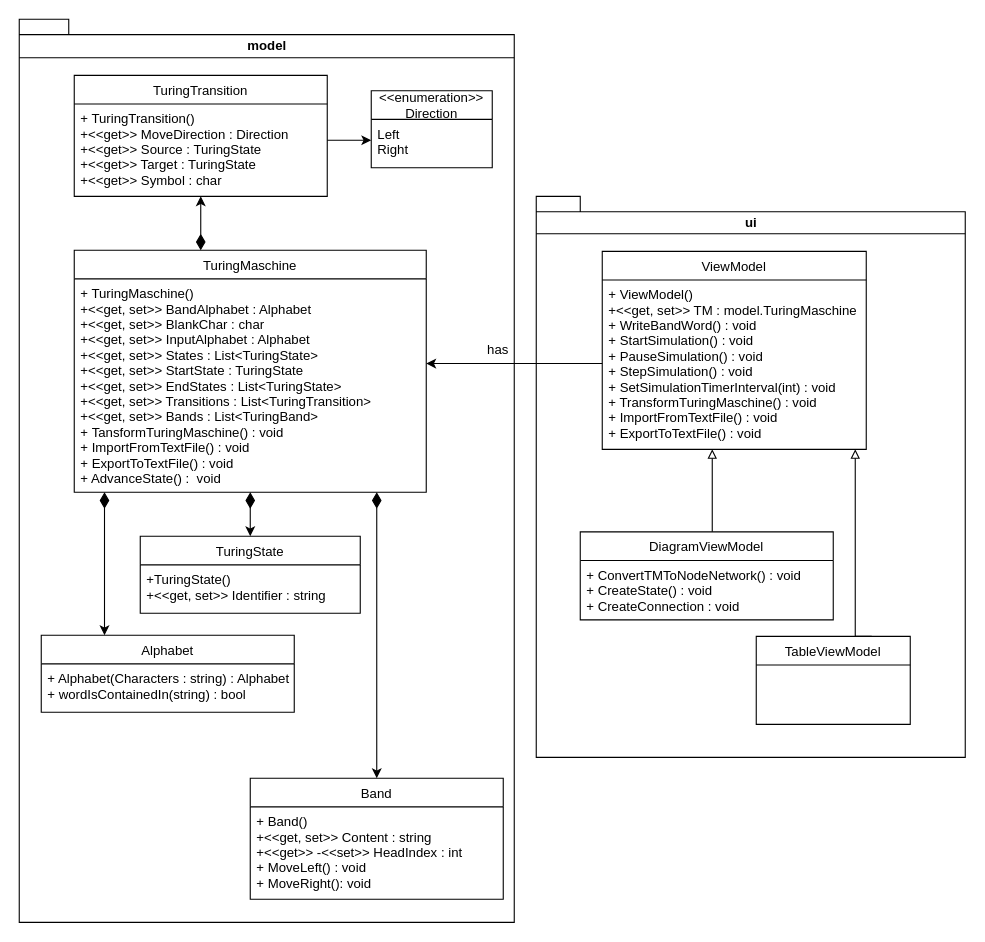
Earlier version of the draw.io diagram 02_Entwurf/Schnittstellenübersicht/Interface.drawio (CQ611/TMSim). Source tidied: cells renumbered, new cells numbered last; positions are measured from the earlier drawing's top-left corner, leaving out a move shared by most shapes. Both pictures are drawn from the tidied source at 110%, with x=0, y=0 at pixel (19, 19).
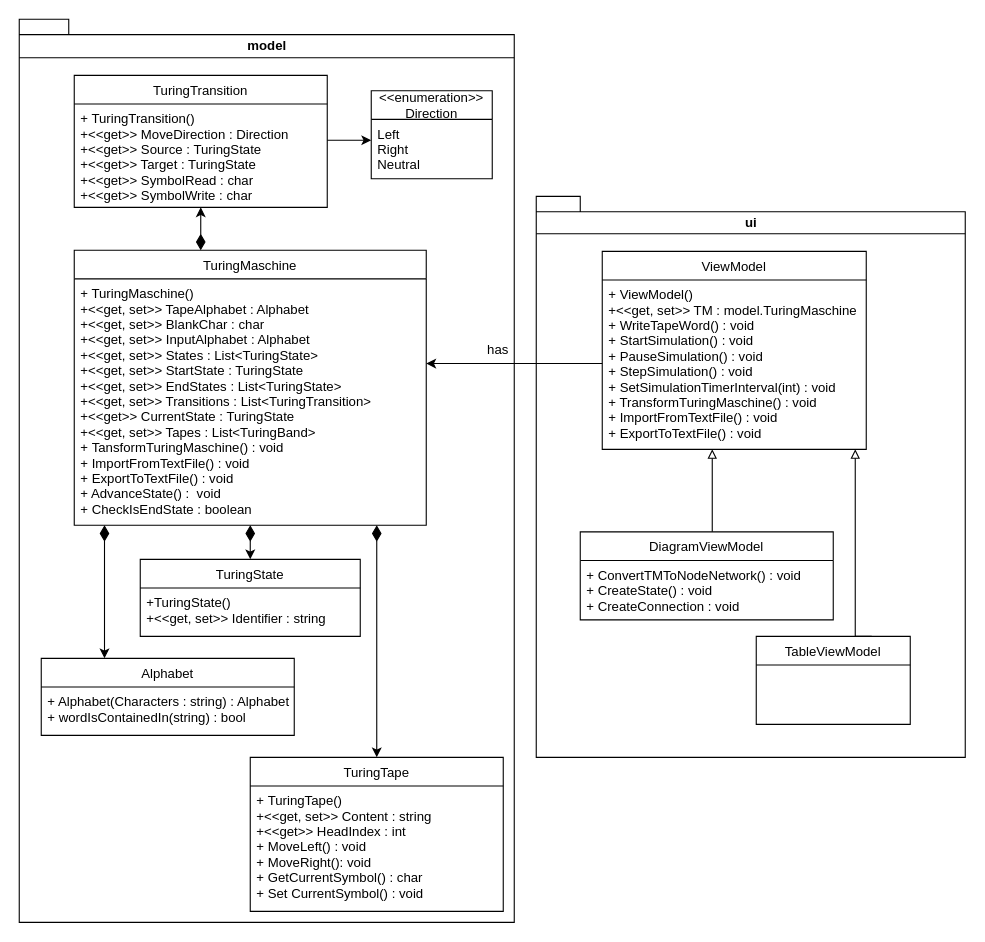
The same diagram, later.

Unchanged cells that the change refers to:
```xml
<mxCell id="4" value="ViewModel" style="swimlane;fontStyle=0;horizontal=1;startSize=26;fillColor=none;strokeColor=default;" parent="1" vertex="1">
  <mxGeometry x="530" y="211" width="240" height="180" as="geometry" />
</mxCell>
```

What changed in the source:
```diff
@@
-    <mxCell id="5" value="+ ViewModel()&#10;+&lt;&lt;get, set&gt;&gt; TM : model.TuringMaschine&#10;+ WriteBandWord() : void&#10;+ StartSimulation() : void&#10;+ PauseSimulation() : void&#10;+ StepSimulation() : void&#10;+ SetSimulationTimerInterval(int) : void&#10;+ TransformTuringMaschine() : void&#10;+ ImportFromTextFile() : void&#10;+ ExportToTextFile() : void" style="text;strokeColor=none;fillColor=none;align=left;verticalAlign=top;spacingLeft=4;spacingRight=4;overflow=hidden;points=[[0,0.5],[1,0.5]];portConstraint=eastwest;" parent="4" vertex="1">
+    <mxCell id="5" value="+ ViewModel()&#10;+&lt;&lt;get, set&gt;&gt; TM : model.TuringMaschine&#10;+ WriteTapeWord() : void&#10;+ StartSimulation() : void&#10;+ PauseSimulation() : void&#10;+ StepSimulation() : void&#10;+ SetSimulationTimerInterval(int) : void&#10;+ TransformTuringMaschine() : void&#10;+ ImportFromTextFile() : void&#10;+ ExportToTextFile() : void" style="text;strokeColor=none;fillColor=none;align=left;verticalAlign=top;spacingLeft=4;spacingRight=4;overflow=hidden;points=[[0,0.5],[1,0.5]];portConstraint=eastwest;" parent="4" vertex="1">
       <mxGeometry y="26" width="240" height="154" as="geometry" />
     </mxCell>
@@
     <mxCell id="9" value="TuringMaschine" style="swimlane;fontStyle=0;horizontal=1;startSize=26;fillColor=none;strokeColor=default;" parent="1" vertex="1">
-      <mxGeometry x="50" y="210" width="320" height="220" as="geometry" />
+      <mxGeometry x="50" y="210" width="320" height="250" as="geometry" />
     </mxCell>
-    <mxCell id="10" value="+ TuringMaschine()&#10;+&lt;&lt;get, set&gt;&gt; BandAlphabet : Alphabet &#10;+&lt;&lt;get, set&gt;&gt; BlankChar : char &#10;+&lt;&lt;get, set&gt;&gt; InputAlphabet : Alphabet &#10;+&lt;&lt;get, set&gt;&gt; States : List&lt;TuringState&gt; &#10;+&lt;&lt;get, set&gt;&gt; StartState : TuringState &#10;+&lt;&lt;get, set&gt;&gt; EndStates : List&lt;TuringState&gt; &#10;+&lt;&lt;get, set&gt;&gt; Transitions : List&lt;TuringTransition&gt; &#10;+&lt;&lt;get, set&gt;&gt; Bands : List&lt;TuringBand&gt; &#10;+ TansformTuringMaschine() : void&#10;+ ImportFromTextFile() : void&#10;+ ExportToTextFile() : void&#10;+ AdvanceState() :  void" style="text;strokeColor=none;fillColor=none;align=left;verticalAlign=top;spacingLeft=4;spacingRight=4;overflow=hidden;points=[[0,0.5],[1,0.5]];portConstraint=eastwest;" parent="9" vertex="1">
-      <mxGeometry y="26" width="320" height="194" as="geometry" />
+    <mxCell id="10" value="+ TuringMaschine()&#10;+&lt;&lt;get, set&gt;&gt; TapeAlphabet : Alphabet &#10;+&lt;&lt;get, set&gt;&gt; BlankChar : char &#10;+&lt;&lt;get, set&gt;&gt; InputAlphabet : Alphabet &#10;+&lt;&lt;get, set&gt;&gt; States : List&lt;TuringState&gt; &#10;+&lt;&lt;get, set&gt;&gt; StartState : TuringState &#10;+&lt;&lt;get, set&gt;&gt; EndStates : List&lt;TuringState&gt; &#10;+&lt;&lt;get, set&gt;&gt; Transitions : List&lt;TuringTransition&gt; &#10;+&lt;&lt;get&gt;&gt; CurrentState : TuringState&#10;+&lt;&lt;get, set&gt;&gt; Tapes : List&lt;TuringBand&gt; &#10;+ TansformTuringMaschine() : void&#10;+ ImportFromTextFile() : void&#10;+ ExportToTextFile() : void&#10;+ AdvanceState() :  void&#10;+ CheckIsEndState : boolean" style="text;strokeColor=none;fillColor=none;align=left;verticalAlign=top;spacingLeft=4;spacingRight=4;overflow=hidden;points=[[0,0.5],[1,0.5]];portConstraint=eastwest;" parent="9" vertex="1">
+      <mxGeometry y="26" width="320" height="224" as="geometry" />
     </mxCell>
     <mxCell id="11" value="TuringState" style="swimlane;fontStyle=0;horizontal=1;startSize=26;fillColor=none;strokeColor=default;" parent="1" vertex="1">
-      <mxGeometry x="110" y="470" width="200" height="70" as="geometry" />
+      <mxGeometry x="110" y="491" width="200" height="70" as="geometry" />
     </mxCell>
@@
     <mxCell id="20" value="Alphabet" style="swimlane;fontStyle=0;horizontal=1;startSize=26;fillColor=none;strokeColor=default;" parent="1" vertex="1">
-      <mxGeometry x="20" y="560" width="230" height="70" as="geometry" />
+      <mxGeometry x="20" y="581" width="230" height="70" as="geometry" />
     </mxCell>
@@
-    <mxCell id="22" value="Band" style="swimlane;fontStyle=0;horizontal=1;startSize=26;fillColor=none;strokeColor=default;" parent="1" vertex="1">
-      <mxGeometry x="210" y="690" width="230" height="110" as="geometry" />
+    <mxCell id="22" value="TuringTape" style="swimlane;fontStyle=0;horizontal=1;startSize=26;fillColor=none;strokeColor=default;" parent="1" vertex="1">
+      <mxGeometry x="210" y="671" width="230" height="140" as="geometry" />
     </mxCell>
-    <mxCell id="23" value="+ Band()&#10;+&lt;&lt;get, set&gt;&gt; Content : string&#10;+&lt;&lt;get&gt;&gt; -&lt;&lt;set&gt;&gt; HeadIndex : int&#10;+ MoveLeft() : void&#10;+ MoveRight(): void" style="text;strokeColor=none;fillColor=none;align=left;verticalAlign=top;spacingLeft=4;spacingRight=4;overflow=hidden;" parent="22" vertex="1">
-      <mxGeometry y="26" width="230" height="84" as="geometry" />
+    <mxCell id="23" value="+ TuringTape()&#10;+&lt;&lt;get, set&gt;&gt; Content : string&#10;+&lt;&lt;get&gt;&gt; HeadIndex : int&#10;+ MoveLeft() : void&#10;+ MoveRight(): void&#10;+ GetCurrentSymbol() : char&#10;+ Set CurrentSymbol() : void" style="text;strokeColor=none;fillColor=none;align=left;verticalAlign=top;spacingLeft=4;spacingRight=4;overflow=hidden;" parent="22" vertex="1">
+      <mxGeometry y="26" width="230" height="114" as="geometry" />
     </mxCell>
     <mxCell id="24" value="TuringTransition" style="swimlane;fontStyle=0;horizontal=1;startSize=26;fillColor=none;strokeColor=default;" parent="1" vertex="1">
-      <mxGeometry x="50" y="51" width="230" height="110" as="geometry" />
+      <mxGeometry x="50" y="51" width="230" height="120" as="geometry" />
     </mxCell>
-    <mxCell id="25" value="+ TuringTransition()&#10;+&lt;&lt;get&gt;&gt; MoveDirection : Direction&#10;+&lt;&lt;get&gt;&gt; Source : TuringState&#10;+&lt;&lt;get&gt;&gt; Target : TuringState&#10;+&lt;&lt;get&gt;&gt; Symbol : char" style="text;strokeColor=none;fillColor=none;align=left;verticalAlign=top;spacingLeft=4;spacingRight=4;overflow=hidden;points=[[0,0.5],[1,0.5]];portConstraint=eastwest;" parent="24" vertex="1">
-      <mxGeometry y="26" width="230" height="84" as="geometry" />
+    <mxCell id="25" value="+ TuringTransition()&#10;+&lt;&lt;get&gt;&gt; MoveDirection : Direction&#10;+&lt;&lt;get&gt;&gt; Source : TuringState&#10;+&lt;&lt;get&gt;&gt; Target : TuringState&#10;+&lt;&lt;get&gt;&gt; SymbolRead : char&#10;+&lt;&lt;get&gt;&gt; SymbolWrite : char" style="text;strokeColor=none;fillColor=none;align=left;verticalAlign=top;spacingLeft=4;spacingRight=4;overflow=hidden;points=[[0,0.5],[1,0.5]];portConstraint=eastwest;" parent="24" vertex="1">
+      <mxGeometry y="26" width="230" height="94" as="geometry" />
     </mxCell>
     <mxCell id="26" value="&lt;&lt;enumeration&gt;&gt;&#10;Direction" style="swimlane;fontStyle=0;horizontal=1;startSize=26;fillColor=none;strokeColor=default;" parent="1" vertex="1">
-      <mxGeometry x="320" y="65" width="110" height="70" as="geometry" />
+      <mxGeometry x="320" y="65" width="110" height="80" as="geometry" />
     </mxCell>
-    <mxCell id="27" value="Left&#10;Right" style="text;strokeColor=none;fillColor=none;align=left;verticalAlign=top;spacingLeft=4;spacingRight=4;overflow=hidden;points=[[0,0.5],[1,0.5]];portConstraint=eastwest;" parent="26" vertex="1">
-      <mxGeometry y="26" width="110" height="44" as="geometry" />
+    <mxCell id="27" value="Left&#10;Right&#10;Neutral" style="text;strokeColor=none;fillColor=none;align=left;verticalAlign=top;spacingLeft=4;spacingRight=4;overflow=hidden;points=[[0,0.5],[1,0.5]];portConstraint=eastwest;" parent="26" vertex="1">
+      <mxGeometry y="26" width="110" height="54" as="geometry" />
     </mxCell>
```
